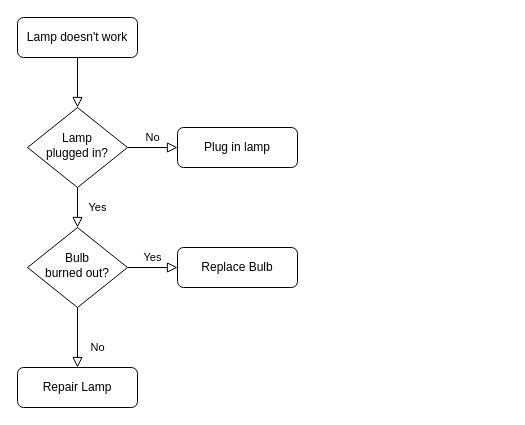
Earlier version of the draw.io diagram Untitled Diagram.drawio (Vaanaattori/Shooty-Game). Source tidied: cells renumbered, new cells numbered last; positions are measured from the earlier drawing's top-left corner, leaving out a move shared by most shapes. Both pictures are drawn from the tidied source at 100%, with x=0, y=0 at pixel (17, 17).
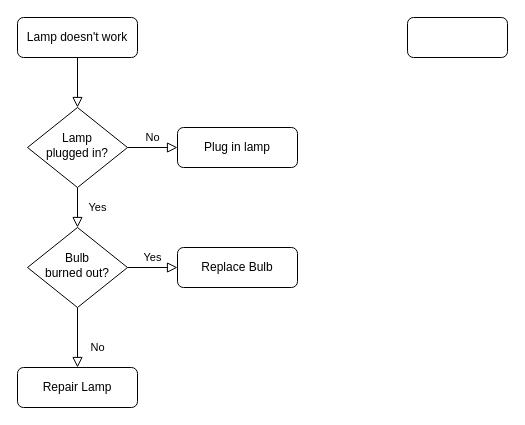
The same diagram, later.

Change to the diagram source:
```diff
@@
 <mxGraphModel>
   <root>
     <mxCell id="0" />
     <mxCell id="1" parent="0" />
     <mxCell id="2" style="rounded=0;html=1;jettySize=auto;fontSize=11;endArrow=block;endFill=0;endSize=8;strokeWidth=1;shadow=0;labelBackgroundColor=none;edgeStyle=orthogonalEdgeStyle;" parent="1" edge="1" source="3" target="6">
       <mxGeometry relative="1" as="geometry" />
     </mxCell>
     <mxCell id="3" value="Lamp doesn't work" style="rounded=1;whiteSpace=wrap;html=1;fontSize=12;glass=0;strokeWidth=1;shadow=0;" parent="1" vertex="1">
       <mxGeometry width="120" height="40" as="geometry" />
     </mxCell>
     <mxCell id="4" value="Yes" style="rounded=0;html=1;jettySize=auto;fontSize=11;endArrow=block;endFill=0;endSize=8;strokeWidth=1;shadow=0;labelBackgroundColor=none;edgeStyle=orthogonalEdgeStyle;" parent="1" edge="1" source="6" target="10">
       <mxGeometry y="20" relative="1" as="geometry" />
     </mxCell>
     <mxCell id="5" value="No" style="edgeStyle=orthogonalEdgeStyle;rounded=0;html=1;jettySize=auto;fontSize=11;endArrow=block;endFill=0;endSize=8;strokeWidth=1;shadow=0;labelBackgroundColor=none;" parent="1" edge="1" source="6" target="7">
       <mxGeometry y="10" relative="1" as="geometry" />
     </mxCell>
     <mxCell id="6" value="Lamp&lt;br&gt;plugged in?" style="rhombus;whiteSpace=wrap;html=1;shadow=0;fontFamily=Helvetica;fontSize=12;align=center;strokeWidth=1;spacing=6;spacingTop=-4;" parent="1" vertex="1">
       <mxGeometry x="10" y="90" width="100" height="80" as="geometry" />
     </mxCell>
     <mxCell id="7" value="Plug in lamp" style="rounded=1;whiteSpace=wrap;html=1;fontSize=12;glass=0;strokeWidth=1;shadow=0;" parent="1" vertex="1">
       <mxGeometry x="160" y="110" width="120" height="40" as="geometry" />
     </mxCell>
     <mxCell id="8" value="No" style="rounded=0;html=1;jettySize=auto;fontSize=11;endArrow=block;endFill=0;endSize=8;strokeWidth=1;shadow=0;labelBackgroundColor=none;edgeStyle=orthogonalEdgeStyle;" parent="1" edge="1" source="10" target="11">
       <mxGeometry x="0.33" y="20" relative="1" as="geometry" />
     </mxCell>
     <mxCell id="9" value="Yes" style="edgeStyle=orthogonalEdgeStyle;rounded=0;html=1;jettySize=auto;fontSize=11;endArrow=block;endFill=0;endSize=8;strokeWidth=1;shadow=0;labelBackgroundColor=none;" parent="1" edge="1" source="10" target="12">
       <mxGeometry y="10" relative="1" as="geometry" />
     </mxCell>
     <mxCell id="10" value="Bulb&lt;br&gt;burned out?" style="rhombus;whiteSpace=wrap;html=1;shadow=0;fontFamily=Helvetica;fontSize=12;align=center;strokeWidth=1;spacing=6;spacingTop=-4;" parent="1" vertex="1">
       <mxGeometry x="10" y="210" width="100" height="80" as="geometry" />
     </mxCell>
     <mxCell id="11" value="Repair Lamp" style="rounded=1;whiteSpace=wrap;html=1;fontSize=12;glass=0;strokeWidth=1;shadow=0;" parent="1" vertex="1">
       <mxGeometry y="350" width="120" height="40" as="geometry" />
     </mxCell>
     <mxCell id="12" value="Replace Bulb" style="rounded=1;whiteSpace=wrap;html=1;fontSize=12;glass=0;strokeWidth=1;shadow=0;" parent="1" vertex="1">
       <mxGeometry x="160" y="230" width="120" height="40" as="geometry" />
     </mxCell>
+    <mxCell id="13" style="rounded=1;whiteSpace=wrap;html=1;" parent="1" vertex="1">
+      <mxGeometry x="390" width="100" height="40" as="geometry" />
+    </mxCell>
   </root>
 </mxGraphModel>
```
